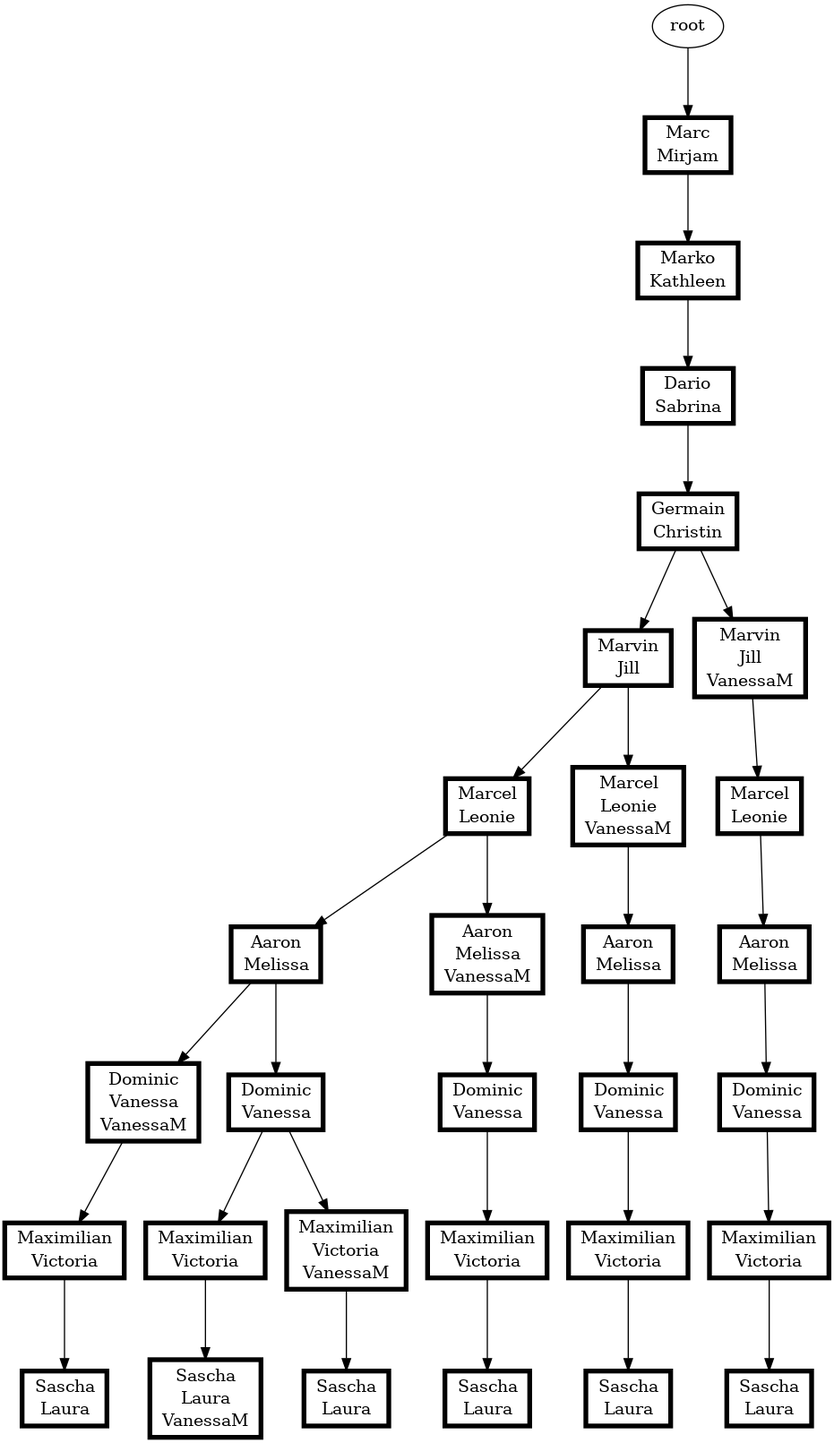
This is s02/s02.png from atticus-sullivan/sim-ayto, a Graphviz export, as it was before one commit. Its source is kept beside it as s02/s02.dot.
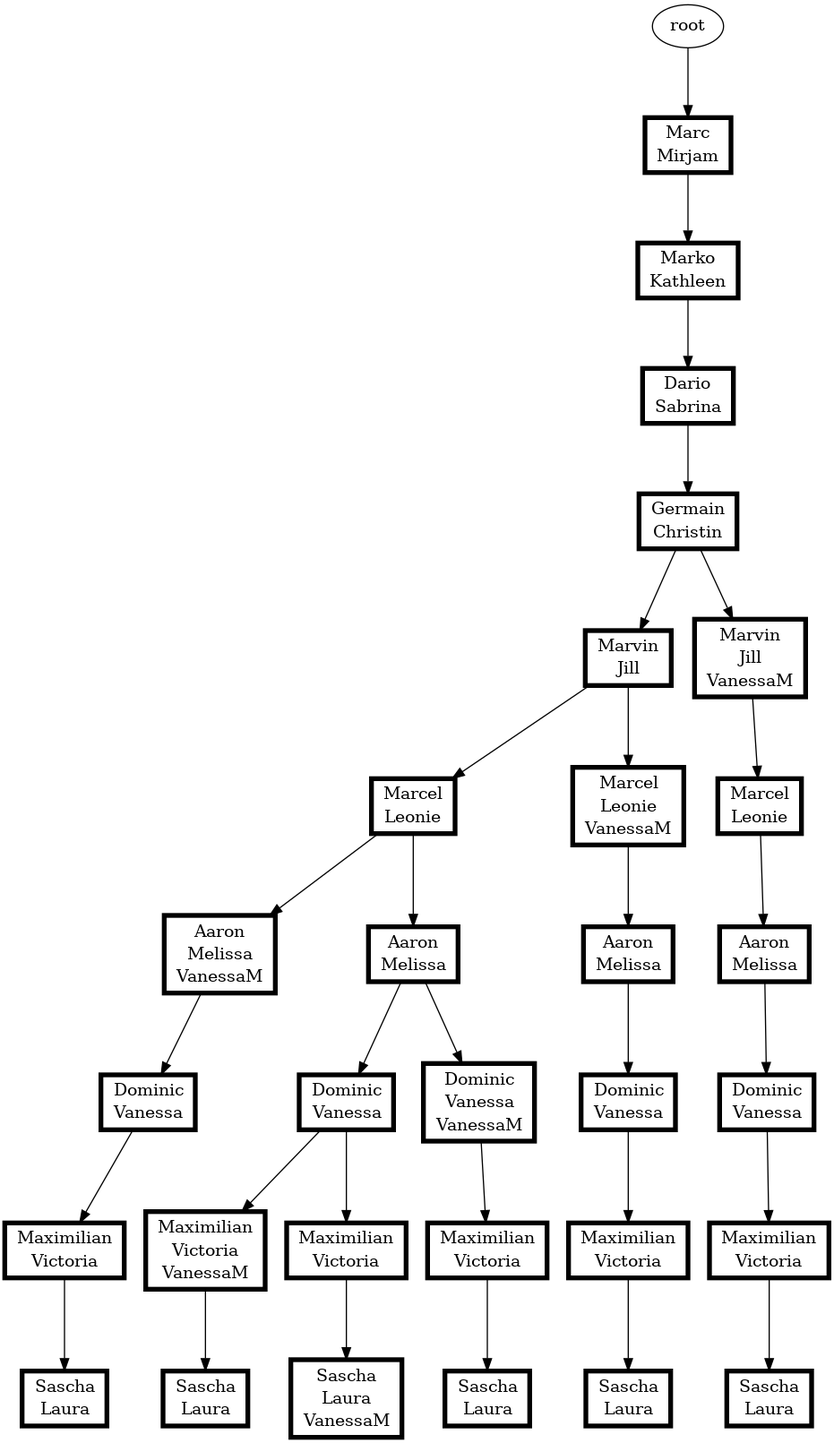
After the change.

What changed in the source:
```diff
@@ -1,63 +1,63 @@
 digraph D {
 ranksep=0.8;
+{"root|5|7|7|3|2|8|4|1|8|2,11|6|5|1|6|3|9|9|10"[shape="record" penwidth=4.0 color="black" label=<<table border="0" cellborder="0" cellspacing="0"><tr><td>Maximilian</td></tr><tr><td>Victoria</td></tr></table>>]}
+"root|5|7|7|3|2|8|4|1|8|2,11|6|5|1|6|3|9" -> {"root|5|7|7|3|2|8|4|1|8|2,11|6|5|1|6|3|9|9|10"}
+{"root|5|7|7|3|2|8|4|1|8|2|6|5|1|6|3|9|9|10,11|10|4"[shape="record" penwidth=4.0 color="black" label=<<table border="0" cellborder="0" cellspacing="0"><tr><td>Sascha</td></tr><tr><td>Laura</td></tr></table>>]}
+"root|5|7|7|3|2|8|4|1|8|2|6|5|1|6|3|9|9|10,11" -> {"root|5|7|7|3|2|8|4|1|8|2|6|5|1|6|3|9|9|10,11|10|4"}
+{"root|5|7|7|3|2|8|4|1|8|2|6|5"[shape="record" penwidth=4.0 color="black" label=<<table border="0" cellborder="0" cellspacing="0"><tr><td>Marcel</td></tr><tr><td>Leonie</td></tr></table>>]}
+"root|5|7|7|3|2|8|4|1|8|2" -> {"root|5|7|7|3|2|8|4|1|8|2|6|5"}
+{"root|5|7|7|3|2|8|4|1|8|2|6|5|1|6|3|9|9|10|10|4,11"[shape="record" penwidth=4.0 color="black" label=<<table border="0" cellborder="0" cellspacing="0"><tr><td>Sascha</td></tr><tr><td>Laura</td></tr><tr><td>VanessaM</td></tr></table>>]}
+"root|5|7|7|3|2|8|4|1|8|2|6|5|1|6|3|9|9|10" -> {"root|5|7|7|3|2|8|4|1|8|2|6|5|1|6|3|9|9|10|10|4,11"}
+{"root|5|7|7|3|2|8|4|1|8|2|6|5|1|6|3|9|9|10,11"[shape="record" penwidth=4.0 color="black" label=<<table border="0" cellborder="0" cellspacing="0"><tr><td>Maximilian</td></tr><tr><td>Victoria</td></tr><tr><td>VanessaM</td></tr></table>>]}
+"root|5|7|7|3|2|8|4|1|8|2|6|5|1|6|3|9" -> {"root|5|7|7|3|2|8|4|1|8|2|6|5|1|6|3|9|9|10,11"}
 {"root|5|7|7|3|2|8|4|1|8|2|6|5|1|6|3|9,11|9|10"[shape="record" penwidth=4.0 color="black" label=<<table border="0" cellborder="0" cellspacing="0"><tr><td>Maximilian</td></tr><tr><td>Victoria</td></tr></table>>]}
 "root|5|7|7|3|2|8|4|1|8|2|6|5|1|6|3|9,11" -> {"root|5|7|7|3|2|8|4|1|8|2|6|5|1|6|3|9,11|9|10"}
+{"root|5|7|7|3|2|8|4|1|8|2|6|5|1|6,11|3|9|9|10"[shape="record" penwidth=4.0 color="black" label=<<table border="0" cellborder="0" cellspacing="0"><tr><td>Maximilian</td></tr><tr><td>Victoria</td></tr></table>>]}
+"root|5|7|7|3|2|8|4|1|8|2|6|5|1|6,11|3|9" -> {"root|5|7|7|3|2|8|4|1|8|2|6|5|1|6,11|3|9|9|10"}
+{"root|5|7|7|3|2|8|4|1|8|2|6|5|1|6,11|3|9"[shape="record" penwidth=4.0 color="black" label=<<table border="0" cellborder="0" cellspacing="0"><tr><td>Dominic</td></tr><tr><td>Vanessa</td></tr></table>>]}
+"root|5|7|7|3|2|8|4|1|8|2|6|5|1|6,11" -> {"root|5|7|7|3|2|8|4|1|8|2|6|5|1|6,11|3|9"}
+{"root|5|7|7|3|2|8|4|1|8|2,11|6|5|1|6"[shape="record" penwidth=4.0 color="black" label=<<table border="0" cellborder="0" cellspacing="0"><tr><td>Aaron</td></tr><tr><td>Melissa</td></tr></table>>]}
+"root|5|7|7|3|2|8|4|1|8|2,11|6|5" -> {"root|5|7|7|3|2|8|4|1|8|2,11|6|5|1|6"}
+{"root|5|7|7|3|2|8|4|1|8|2"[shape="record" penwidth=4.0 color="black" label=<<table border="0" cellborder="0" cellspacing="0"><tr><td>Marvin</td></tr><tr><td>Jill</td></tr></table>>]}
+"root|5|7|7|3|2|8|4|1" -> {"root|5|7|7|3|2|8|4|1|8|2"}
+{"root|5|7|7|3|2|8|4|1|8|2|6|5|1|6|3|9|9|10"[shape="record" penwidth=4.0 color="black" label=<<table border="0" cellborder="0" cellspacing="0"><tr><td>Maximilian</td></tr><tr><td>Victoria</td></tr></table>>]}
+"root|5|7|7|3|2|8|4|1|8|2|6|5|1|6|3|9" -> {"root|5|7|7|3|2|8|4|1|8|2|6|5|1|6|3|9|9|10"}
+{"root|5|7|7|3|2|8|4|1|8|2|6|5|1|6,11"[shape="record" penwidth=4.0 color="black" label=<<table border="0" cellborder="0" cellspacing="0"><tr><td>Aaron</td></tr><tr><td>Melissa</td></tr><tr><td>VanessaM</td></tr></table>>]}
+"root|5|7|7|3|2|8|4|1|8|2|6|5" -> {"root|5|7|7|3|2|8|4|1|8|2|6|5|1|6,11"}
+{"root|5|7|7|3|2|8|4|1|8|2|6|5|1|6,11|3|9|9|10|10|4"[shape="record" penwidth=4.0 color="black" label=<<table border="0" cellborder="0" cellspacing="0"><tr><td>Sascha</td></tr><tr><td>Laura</td></tr></table>>]}
+"root|5|7|7|3|2|8|4|1|8|2|6|5|1|6,11|3|9|9|10" -> {"root|5|7|7|3|2|8|4|1|8|2|6|5|1|6,11|3|9|9|10|10|4"}
+{"root|5|7|7|3|2|8|4|1|8|2|6|5|1|6|3|9"[shape="record" penwidth=4.0 color="black" label=<<table border="0" cellborder="0" cellspacing="0"><tr><td>Dominic</td></tr><tr><td>Vanessa</td></tr></table>>]}
+"root|5|7|7|3|2|8|4|1|8|2|6|5|1|6" -> {"root|5|7|7|3|2|8|4|1|8|2|6|5|1|6|3|9"}
+{"root|5|7"[shape="record" penwidth=4.0 color="black" label=<<table border="0" cellborder="0" cellspacing="0"><tr><td>Marc</td></tr><tr><td>Mirjam</td></tr></table>>]}
+"root" -> {"root|5|7"}
+{"root|5|7|7|3|2|8|4|1|8|2|6|5,11"[shape="record" penwidth=4.0 color="black" label=<<table border="0" cellborder="0" cellspacing="0"><tr><td>Marcel</td></tr><tr><td>Leonie</td></tr><tr><td>VanessaM</td></tr></table>>]}
+"root|5|7|7|3|2|8|4|1|8|2" -> {"root|5|7|7|3|2|8|4|1|8|2|6|5,11"}
+{"root|5|7|7|3"[shape="record" penwidth=4.0 color="black" label=<<table border="0" cellborder="0" cellspacing="0"><tr><td>Marko</td></tr><tr><td>Kathleen</td></tr></table>>]}
+"root|5|7" -> {"root|5|7|7|3"}
+{"root|5|7|7|3|2|8|4|1|8|2,11|6|5|1|6|3|9|9|10|10|4"[shape="record" penwidth=4.0 color="black" label=<<table border="0" cellborder="0" cellspacing="0"><tr><td>Sascha</td></tr><tr><td>Laura</td></tr></table>>]}
+"root|5|7|7|3|2|8|4|1|8|2,11|6|5|1|6|3|9|9|10" -> {"root|5|7|7|3|2|8|4|1|8|2,11|6|5|1|6|3|9|9|10|10|4"}
+{"root|5|7|7|3|2|8|4|1|8|2,11|6|5"[shape="record" penwidth=4.0 color="black" label=<<table border="0" cellborder="0" cellspacing="0"><tr><td>Marcel</td></tr><tr><td>Leonie</td></tr></table>>]}
+"root|5|7|7|3|2|8|4|1|8|2,11" -> {"root|5|7|7|3|2|8|4|1|8|2,11|6|5"}
+{"root|5|7|7|3|2|8|4|1"[shape="record" penwidth=4.0 color="black" label=<<table border="0" cellborder="0" cellspacing="0"><tr><td>Germain</td></tr><tr><td>Christin</td></tr></table>>]}
+"root|5|7|7|3|2|8" -> {"root|5|7|7|3|2|8|4|1"}
+{"root|5|7|7|3|2|8|4|1|8|2,11|6|5|1|6|3|9"[shape="record" penwidth=4.0 color="black" label=<<table border="0" cellborder="0" cellspacing="0"><tr><td>Dominic</td></tr><tr><td>Vanessa</td></tr></table>>]}
+"root|5|7|7|3|2|8|4|1|8|2,11|6|5|1|6" -> {"root|5|7|7|3|2|8|4|1|8|2,11|6|5|1|6|3|9"}
+{"root|5|7|7|3|2|8|4|1|8|2,11"[shape="record" penwidth=4.0 color="black" label=<<table border="0" cellborder="0" cellspacing="0"><tr><td>Marvin</td></tr><tr><td>Jill</td></tr><tr><td>VanessaM</td></tr></table>>]}
+"root|5|7|7|3|2|8|4|1" -> {"root|5|7|7|3|2|8|4|1|8|2,11"}
+{"root|5|7|7|3|2|8|4|1|8|2|6|5,11|1|6|3|9|9|10|10|4"[shape="record" penwidth=4.0 color="black" label=<<table border="0" cellborder="0" cellspacing="0"><tr><td>Sascha</td></tr><tr><td>Laura</td></tr></table>>]}
+"root|5|7|7|3|2|8|4|1|8|2|6|5,11|1|6|3|9|9|10" -> {"root|5|7|7|3|2|8|4|1|8|2|6|5,11|1|6|3|9|9|10|10|4"}
+{"root|5|7|7|3|2|8|4|1|8|2|6|5,11|1|6|3|9|9|10"[shape="record" penwidth=4.0 color="black" label=<<table border="0" cellborder="0" cellspacing="0"><tr><td>Maximilian</td></tr><tr><td>Victoria</td></tr></table>>]}
+"root|5|7|7|3|2|8|4|1|8|2|6|5,11|1|6|3|9" -> {"root|5|7|7|3|2|8|4|1|8|2|6|5,11|1|6|3|9|9|10"}
+{"root|5|7|7|3|2|8|4|1|8|2|6|5|1|6|3|9,11|9|10|10|4"[shape="record" penwidth=4.0 color="black" label=<<table border="0" cellborder="0" cellspacing="0"><tr><td>Sascha</td></tr><tr><td>Laura</td></tr></table>>]}
+"root|5|7|7|3|2|8|4|1|8|2|6|5|1|6|3|9,11|9|10" -> {"root|5|7|7|3|2|8|4|1|8|2|6|5|1|6|3|9,11|9|10|10|4"}
+{"root|5|7|7|3|2|8"[shape="record" penwidth=4.0 color="black" label=<<table border="0" cellborder="0" cellspacing="0"><tr><td>Dario</td></tr><tr><td>Sabrina</td></tr></table>>]}
+"root|5|7|7|3" -> {"root|5|7|7|3|2|8"}
 {"root|5|7|7|3|2|8|4|1|8|2|6|5,11|1|6|3|9"[shape="record" penwidth=4.0 color="black" label=<<table border="0" cellborder="0" cellspacing="0"><tr><td>Dominic</td></tr><tr><td>Vanessa</td></tr></table>>]}
 "root|5|7|7|3|2|8|4|1|8|2|6|5,11|1|6" -> {"root|5|7|7|3|2|8|4|1|8|2|6|5,11|1|6|3|9"}
-{"root|5|7|7|3|2|8|4|1|8|2,11|6|5|1|6|3|9"[shape="record" penwidth=4.0 color="black" label=<<table border="0" cellborder="0" cellspacing="0"><tr><td>Dominic</td></tr><tr><td>Vanessa</td></tr></table>>]}
-"root|5|7|7|3|2|8|4|1|8|2,11|6|5|1|6" -> {"root|5|7|7|3|2|8|4|1|8|2,11|6|5|1|6|3|9"}
-{"root|5|7|7|3|2|8|4|1|8|2|6|5|1|6,11|3|9|9|10|10|4"[shape="record" penwidth=4.0 color="black" label=<<table border="0" cellborder="0" cellspacing="0"><tr><td>Sascha</td></tr><tr><td>Laura</td></tr></table>>]}
-"root|5|7|7|3|2|8|4|1|8|2|6|5|1|6,11|3|9|9|10" -> {"root|5|7|7|3|2|8|4|1|8|2|6|5|1|6,11|3|9|9|10|10|4"}
-{"root|5|7|7|3|2|8|4|1|8|2,11|6|5|1|6"[shape="record" penwidth=4.0 color="black" label=<<table border="0" cellborder="0" cellspacing="0"><tr><td>Aaron</td></tr><tr><td>Melissa</td></tr></table>>]}
-"root|5|7|7|3|2|8|4|1|8|2,11|6|5" -> {"root|5|7|7|3|2|8|4|1|8|2,11|6|5|1|6"}
-{"root|5|7|7|3|2|8|4|1|8|2|6|5|1|6|3|9"[shape="record" penwidth=4.0 color="black" label=<<table border="0" cellborder="0" cellspacing="0"><tr><td>Dominic</td></tr><tr><td>Vanessa</td></tr></table>>]}
-"root|5|7|7|3|2|8|4|1|8|2|6|5|1|6" -> {"root|5|7|7|3|2|8|4|1|8|2|6|5|1|6|3|9"}
-{"root|5|7|7|3|2|8|4|1|8|2|6|5|1|6|3|9|9|10|10|4,11"[shape="record" penwidth=4.0 color="black" label=<<table border="0" cellborder="0" cellspacing="0"><tr><td>Sascha</td></tr><tr><td>Laura</td></tr><tr><td>VanessaM</td></tr></table>>]}
-"root|5|7|7|3|2|8|4|1|8|2|6|5|1|6|3|9|9|10" -> {"root|5|7|7|3|2|8|4|1|8|2|6|5|1|6|3|9|9|10|10|4,11"}
-{"root|5|7|7|3|2|8|4|1|8|2|6|5|1|6|3|9|9|10"[shape="record" penwidth=4.0 color="black" label=<<table border="0" cellborder="0" cellspacing="0"><tr><td>Maximilian</td></tr><tr><td>Victoria</td></tr></table>>]}
-"root|5|7|7|3|2|8|4|1|8|2|6|5|1|6|3|9" -> {"root|5|7|7|3|2|8|4|1|8|2|6|5|1|6|3|9|9|10"}
-{"root|5|7|7|3|2|8|4|1|8|2|6|5"[shape="record" penwidth=4.0 color="black" label=<<table border="0" cellborder="0" cellspacing="0"><tr><td>Marcel</td></tr><tr><td>Leonie</td></tr></table>>]}
-"root|5|7|7|3|2|8|4|1|8|2" -> {"root|5|7|7|3|2|8|4|1|8|2|6|5"}
-{"root|5|7|7|3|2|8|4|1|8|2,11|6|5|1|6|3|9|9|10|10|4"[shape="record" penwidth=4.0 color="black" label=<<table border="0" cellborder="0" cellspacing="0"><tr><td>Sascha</td></tr><tr><td>Laura</td></tr></table>>]}
-"root|5|7|7|3|2|8|4|1|8|2,11|6|5|1|6|3|9|9|10" -> {"root|5|7|7|3|2|8|4|1|8|2,11|6|5|1|6|3|9|9|10|10|4"}
+{"root|5|7|7|3|2|8|4|1|8|2|6|5,11|1|6"[shape="record" penwidth=4.0 color="black" label=<<table border="0" cellborder="0" cellspacing="0"><tr><td>Aaron</td></tr><tr><td>Melissa</td></tr></table>>]}
+"root|5|7|7|3|2|8|4|1|8|2|6|5,11" -> {"root|5|7|7|3|2|8|4|1|8|2|6|5,11|1|6"}
+{"root|5|7|7|3|2|8|4|1|8|2|6|5|1|6|3|9,11"[shape="record" penwidth=4.0 color="black" label=<<table border="0" cellborder="0" cellspacing="0"><tr><td>Dominic</td></tr><tr><td>Vanessa</td></tr><tr><td>VanessaM</td></tr></table>>]}
+"root|5|7|7|3|2|8|4|1|8|2|6|5|1|6" -> {"root|5|7|7|3|2|8|4|1|8|2|6|5|1|6|3|9,11"}
 {"root|5|7|7|3|2|8|4|1|8|2|6|5|1|6"[shape="record" penwidth=4.0 color="black" label=<<table border="0" cellborder="0" cellspacing="0"><tr><td>Aaron</td></tr><tr><td>Melissa</td></tr></table>>]}
 "root|5|7|7|3|2|8|4|1|8|2|6|5" -> {"root|5|7|7|3|2|8|4|1|8|2|6|5|1|6"}
-{"root|5|7|7|3|2|8|4|1|8|2|6|5|1|6|3|9,11"[shape="record" penwidth=4.0 color="black" label=<<table border="0" cellborder="0" cellspacing="0"><tr><td>Dominic</td></tr><tr><td>Vanessa</td></tr><tr><td>VanessaM</td></tr></table>>]}
-"root|5|7|7|3|2|8|4|1|8|2|6|5|1|6" -> {"root|5|7|7|3|2|8|4|1|8|2|6|5|1|6|3|9,11"}
-{"root|5|7|7|3|2|8|4|1|8|2|6|5,11|1|6|3|9|9|10|10|4"[shape="record" penwidth=4.0 color="black" label=<<table border="0" cellborder="0" cellspacing="0"><tr><td>Sascha</td></tr><tr><td>Laura</td></tr></table>>]}
-"root|5|7|7|3|2|8|4|1|8|2|6|5,11|1|6|3|9|9|10" -> {"root|5|7|7|3|2|8|4|1|8|2|6|5,11|1|6|3|9|9|10|10|4"}
-{"root|5|7|7|3"[shape="record" penwidth=4.0 color="black" label=<<table border="0" cellborder="0" cellspacing="0"><tr><td>Marko</td></tr><tr><td>Kathleen</td></tr></table>>]}
-"root|5|7" -> {"root|5|7|7|3"}
-{"root|5|7|7|3|2|8|4|1|8|2|6|5|1|6|3|9|9|10,11"[shape="record" penwidth=4.0 color="black" label=<<table border="0" cellborder="0" cellspacing="0"><tr><td>Maximilian</td></tr><tr><td>Victoria</td></tr><tr><td>VanessaM</td></tr></table>>]}
-"root|5|7|7|3|2|8|4|1|8|2|6|5|1|6|3|9" -> {"root|5|7|7|3|2|8|4|1|8|2|6|5|1|6|3|9|9|10,11"}
-{"root|5|7|7|3|2|8|4|1|8|2|6|5|1|6|3|9|9|10,11|10|4"[shape="record" penwidth=4.0 color="black" label=<<table border="0" cellborder="0" cellspacing="0"><tr><td>Sascha</td></tr><tr><td>Laura</td></tr></table>>]}
-"root|5|7|7|3|2|8|4|1|8|2|6|5|1|6|3|9|9|10,11" -> {"root|5|7|7|3|2|8|4|1|8|2|6|5|1|6|3|9|9|10,11|10|4"}
-{"root|5|7|7|3|2|8|4|1|8|2|6|5|1|6,11|3|9|9|10"[shape="record" penwidth=4.0 color="black" label=<<table border="0" cellborder="0" cellspacing="0"><tr><td>Maximilian</td></tr><tr><td>Victoria</td></tr></table>>]}
-"root|5|7|7|3|2|8|4|1|8|2|6|5|1|6,11|3|9" -> {"root|5|7|7|3|2|8|4|1|8|2|6|5|1|6,11|3|9|9|10"}
-{"root|5|7"[shape="record" penwidth=4.0 color="black" label=<<table border="0" cellborder="0" cellspacing="0"><tr><td>Marc</td></tr><tr><td>Mirjam</td></tr></table>>]}
-"root" -> {"root|5|7"}
-{"root|5|7|7|3|2|8|4|1|8|2,11|6|5"[shape="record" penwidth=4.0 color="black" label=<<table border="0" cellborder="0" cellspacing="0"><tr><td>Marcel</td></tr><tr><td>Leonie</td></tr></table>>]}
-"root|5|7|7|3|2|8|4|1|8|2,11" -> {"root|5|7|7|3|2|8|4|1|8|2,11|6|5"}
-{"root|5|7|7|3|2|8"[shape="record" penwidth=4.0 color="black" label=<<table border="0" cellborder="0" cellspacing="0"><tr><td>Dario</td></tr><tr><td>Sabrina</td></tr></table>>]}
-"root|5|7|7|3" -> {"root|5|7|7|3|2|8"}
-{"root|5|7|7|3|2|8|4|1|8|2|6|5|1|6,11"[shape="record" penwidth=4.0 color="black" label=<<table border="0" cellborder="0" cellspacing="0"><tr><td>Aaron</td></tr><tr><td>Melissa</td></tr><tr><td>VanessaM</td></tr></table>>]}
-"root|5|7|7|3|2|8|4|1|8|2|6|5" -> {"root|5|7|7|3|2|8|4|1|8|2|6|5|1|6,11"}
-{"root|5|7|7|3|2|8|4|1|8|2|6|5,11|1|6|3|9|9|10"[shape="record" penwidth=4.0 color="black" label=<<table border="0" cellborder="0" cellspacing="0"><tr><td>Maximilian</td></tr><tr><td>Victoria</td></tr></table>>]}
-"root|5|7|7|3|2|8|4|1|8|2|6|5,11|1|6|3|9" -> {"root|5|7|7|3|2|8|4|1|8|2|6|5,11|1|6|3|9|9|10"}
-{"root|5|7|7|3|2|8|4|1|8|2,11|6|5|1|6|3|9|9|10"[shape="record" penwidth=4.0 color="black" label=<<table border="0" cellborder="0" cellspacing="0"><tr><td>Maximilian</td></tr><tr><td>Victoria</td></tr></table>>]}
-"root|5|7|7|3|2|8|4|1|8|2,11|6|5|1|6|3|9" -> {"root|5|7|7|3|2|8|4|1|8|2,11|6|5|1|6|3|9|9|10"}
-{"root|5|7|7|3|2|8|4|1|8|2|6|5,11|1|6"[shape="record" penwidth=4.0 color="black" label=<<table border="0" cellborder="0" cellspacing="0"><tr><td>Aaron</td></tr><tr><td>Melissa</td></tr></table>>]}
-"root|5|7|7|3|2|8|4|1|8|2|6|5,11" -> {"root|5|7|7|3|2|8|4|1|8|2|6|5,11|1|6"}
-{"root|5|7|7|3|2|8|4|1"[shape="record" penwidth=4.0 color="black" label=<<table border="0" cellborder="0" cellspacing="0"><tr><td>Germain</td></tr><tr><td>Christin</td></tr></table>>]}
-"root|5|7|7|3|2|8" -> {"root|5|7|7|3|2|8|4|1"}
-{"root|5|7|7|3|2|8|4|1|8|2,11"[shape="record" penwidth=4.0 color="black" label=<<table border="0" cellborder="0" cellspacing="0"><tr><td>Marvin</td></tr><tr><td>Jill</td></tr><tr><td>VanessaM</td></tr></table>>]}
-"root|5|7|7|3|2|8|4|1" -> {"root|5|7|7|3|2|8|4|1|8|2,11"}
-{"root|5|7|7|3|2|8|4|1|8|2|6|5|1|6,11|3|9"[shape="record" penwidth=4.0 color="black" label=<<table border="0" cellborder="0" cellspacing="0"><tr><td>Dominic</td></tr><tr><td>Vanessa</td></tr></table>>]}
-"root|5|7|7|3|2|8|4|1|8|2|6|5|1|6,11" -> {"root|5|7|7|3|2|8|4|1|8|2|6|5|1|6,11|3|9"}
-{"root|5|7|7|3|2|8|4|1|8|2"[shape="record" penwidth=4.0 color="black" label=<<table border="0" cellborder="0" cellspacing="0"><tr><td>Marvin</td></tr><tr><td>Jill</td></tr></table>>]}
-"root|5|7|7|3|2|8|4|1" -> {"root|5|7|7|3|2|8|4|1|8|2"}
-{"root|5|7|7|3|2|8|4|1|8|2|6|5|1|6|3|9,11|9|10|10|4"[shape="record" penwidth=4.0 color="black" label=<<table border="0" cellborder="0" cellspacing="0"><tr><td>Sascha</td></tr><tr><td>Laura</td></tr></table>>]}
-"root|5|7|7|3|2|8|4|1|8|2|6|5|1|6|3|9,11|9|10" -> {"root|5|7|7|3|2|8|4|1|8|2|6|5|1|6|3|9,11|9|10|10|4"}
-{"root|5|7|7|3|2|8|4|1|8|2|6|5,11"[shape="record" penwidth=4.0 color="black" label=<<table border="0" cellborder="0" cellspacing="0"><tr><td>Marcel</td></tr><tr><td>Leonie</td></tr><tr><td>VanessaM</td></tr></table>>]}
-"root|5|7|7|3|2|8|4|1|8|2" -> {"root|5|7|7|3|2|8|4|1|8|2|6|5,11"}
 }
```
